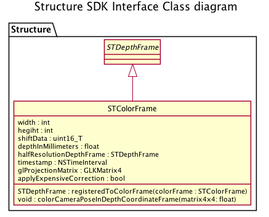
Earlier version of the PlantUML export rapport/StructureClassDiagram.png (julienlemonde/PFE2018-AR).
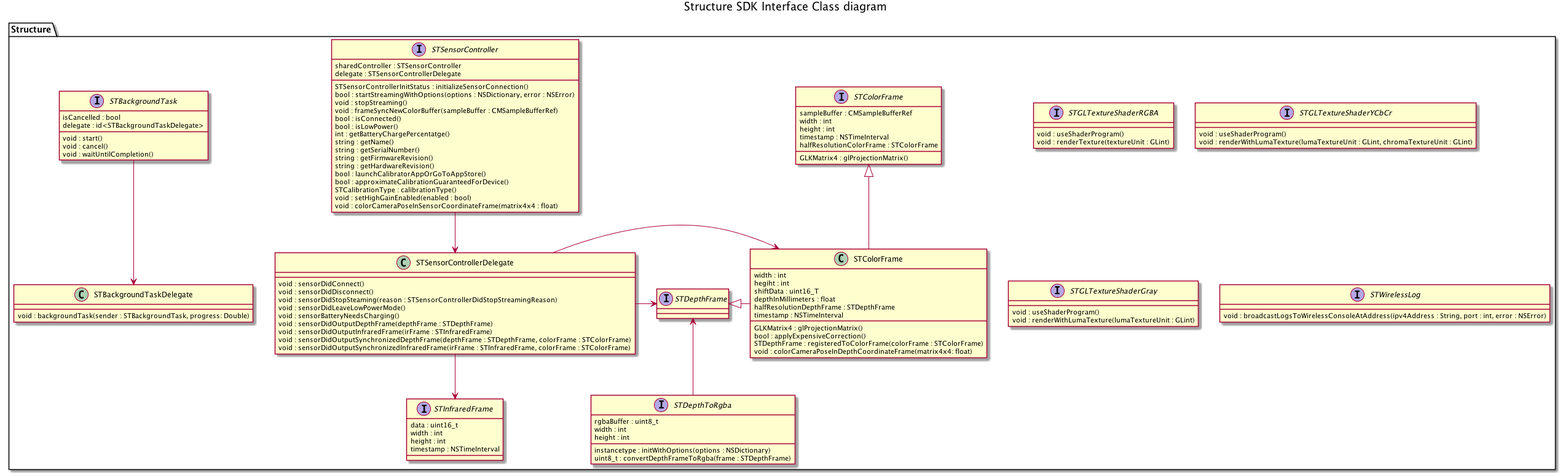
The same diagram one commit later.

Commit message:
Finish Structure package

Change to the diagram source:
```diff
@@ -1,17 +1,16 @@
 @startuml
-skinparam style strictuml
 title Structure SDK Interface Class diagram
 
 package Structure {
-class STColorFrame {
+class "STColorFrame" as CColorFrame {
     width : int
-   hegiht : int
+    hegiht : int
     shiftData : uint16_T
     depthInMillimeters : float
     halfResolutionDepthFrame : STDepthFrame
     timestamp : NSTimeInterval
-    glProjectionMatrix : GLKMatrix4
-    applyExpensiveCorrection : bool
+    GLKMatrix4 : glProjectionMatrix()
+    bool : applyExpensiveCorrection()
     STDepthFrame : registeredToColorFrame(colorFrame : STColorFrame)
     void : colorCameraPoseInDepthCoordinateFrame(matrix4x4: float)
 }
@@ -19,8 +18,95 @@
 interface STDepthFrame {
 
 }
+
+interface STInfraredFrame {
+    data : uint16_t
+    width : int
+    height : int
+    timestamp : NSTimeInterval
 }
 
-STDepthFrame <|-down- STColorFrame
+interface STColorFrame {
+    sampleBuffer : CMSampleBufferRef
+    width : int
+    height : int
+    timestamp : NSTimeInterval
+    halfResolutionColorFrame : STColorFrame
+    GLKMatrix4 : glProjectionMatrix()
+}
+
+class STSensorControllerDelegate {
+    void : sensorDidConnect()
+    void : sensorDidDisconnect()
+    void : sensorDidStopSteaming(reason : STSensorControllerDidStopStreamingReason)
+    void : sensorDidLeaveLowPowerMode()
+    void : sensorBatteryNeedsCharging()
+    void : sensorDidOutputDepthFrame(depthFrame : STDepthFrame)
+    void : sensorDidOutputInfraredFrame(irFrame : STInfraredFrame)
+    void : sensorDidOutputSynchronizedDepthFrame(depthFrame : STDepthFrame, colorFrame : STColorFrame)
+    void : sensorDidOutputSynchronizedInfraredFrame(irFrame : STInfraredFrame, colorFrame : STColorFrame)
+}
+interface STSensorController {
+    sharedController : STSensorController
+    delegate : STSensorControllerDelegate
+    STSensorControllerInitStatus : initializeSensorConnection()
+    bool : startStreamingWithOptions(options : NSDictionary, error : NSError)
+    void : stopStreaming()
+    void : frameSyncNewColorBuffer(sampleBuffer : CMSampleBufferRef)
+    bool : isConnected()
+    bool : isLowPower()
+    int : getBatteryChargePercentatge()
+    string : getName()
+    string : getSerialNumber()
+    string : getFirmwareRevision()
+    string : getHardwareRevision()
+    bool : launchCalibratorAppOrGoToAppStore()
+    bool : approximateCalibrationGuaranteedForDevice()
+    STCalibrationType : calibrationType()
+    void : setHighGainEnabled(enabled : bool)
+    void : colorCameraPoseInSensorCoordinateFrame(matrix4x4 : float)
+}
+interface STGLTextureShaderRGBA {
+    void : useShaderProgram()
+    void : renderTexture(textureUnit : GLint)
+}
+interface STGLTextureShaderYCbCr {
+    void : useShaderProgram()
+    void : renderWithLumaTexture(lumaTextureUnit : GLint, chromaTextureUnit : GLint)
+}
+interface STGLTextureShaderGray {
+    void : useShaderProgram()
+    void : renderWithLumaTexture(lumaTextureUnit : GLint)
+}
+interface STDepthToRgba {
+    rgbaBuffer : uint8_t
+    width : int
+    height : int
+    instancetype : initWithOptions(options : NSDictionary)
+    uint8_t : convertDepthFrameToRgba(frame : STDepthFrame)
+}
+interface STWirelessLog {
+    void : broadcastLogsToWirelessConsoleAtAddress(ipv4Address : String, port : int, error : NSError)
+}
+interface STBackgroundTask {
+    isCancelled : bool
+    delegate : id<STBackgroundTaskDelegate>
+    void : start()
+    void : cancel()
+    void : waitUntilCompletion()
+}
+class STBackgroundTaskDelegate {
+    void : backgroundTask(sender : STBackgroundTask, progress: Double)
+}
+}
+
+STDepthFrame <|-right- CColorFrame
+STColorFrame <|-down- CColorFrame
+STSensorControllerDelegate -right-> STDepthFrame
+STSensorControllerDelegate -down-> STInfraredFrame
+STSensorControllerDelegate -right-> CColorFrame
+STSensorController -down-> STSensorControllerDelegate
+STDepthToRgba -up-> STDepthFrame
+STBackgroundTask -down-> STBackgroundTaskDelegate
 
 @enduml
```
